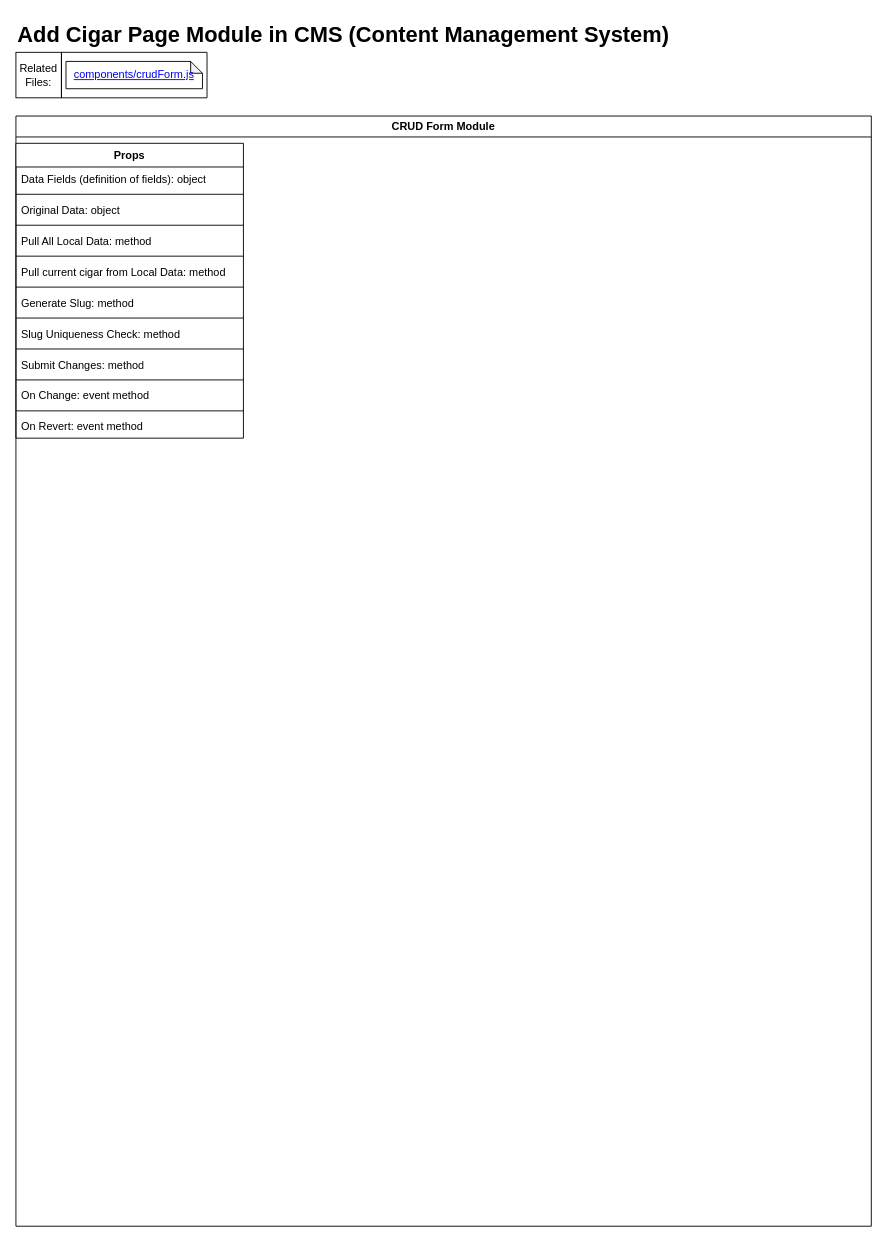
Above: CRUD_Form.drawio in macglencoe/diagrams (draw.io), before the change. Source tidied: cells renumbered, new cells numbered last; positions are measured from the earlier drawing's top-left corner, leaving out a move shared by most shapes. Both pictures are drawn from the tidied source at 91%, with x=0, y=0 at pixel (15, 15).
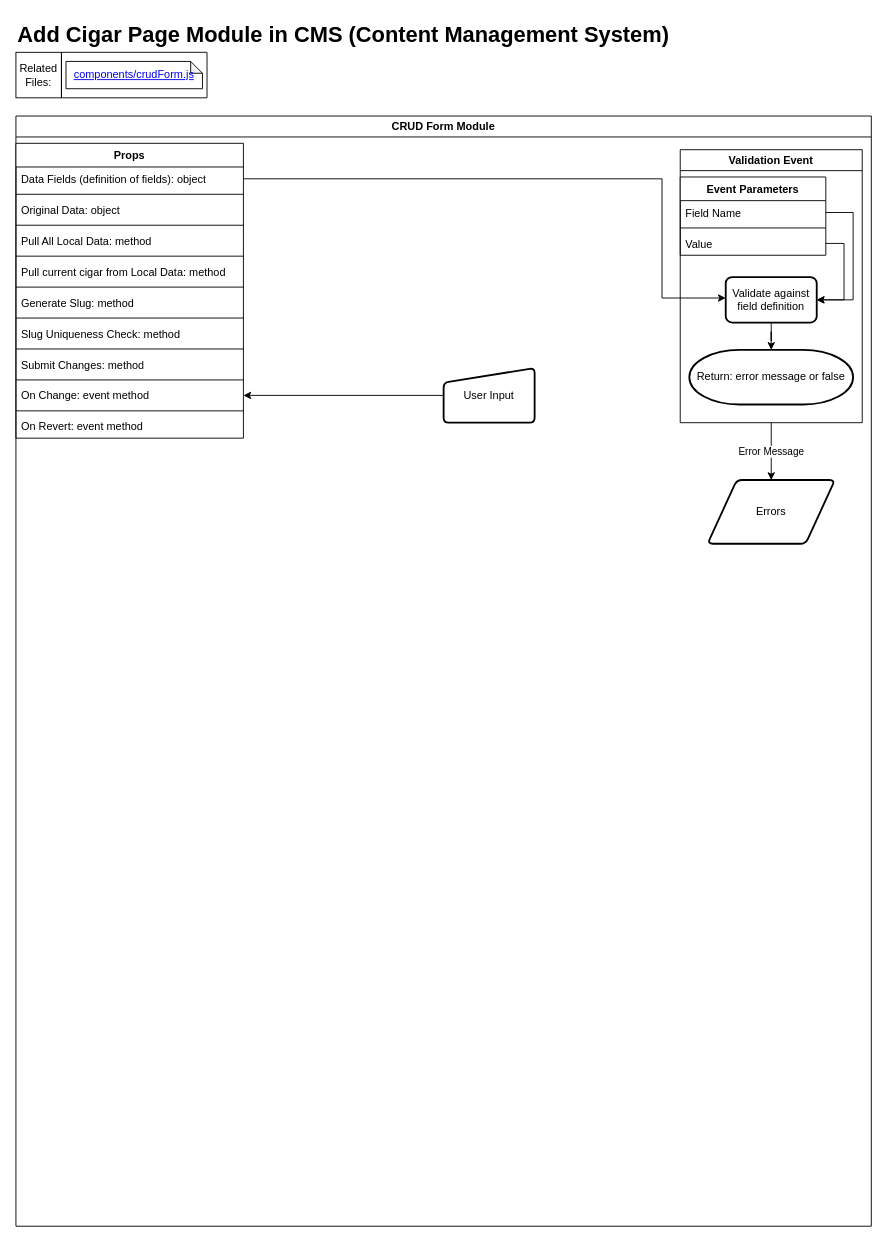
The same page after the edit.

Unchanged cells that the change refers to:
```xml
<mxCell id="6" value="CRUD Form Module" style="swimlane;whiteSpace=wrap;html=1;" parent="1" vertex="1">
  <mxGeometry y="110" width="940" height="1220" as="geometry" />
</mxCell>
<mxCell id="8" value="Data Fields (definition of fields): object" style="text;strokeColor=none;fillColor=none;align=left;verticalAlign=top;spacingLeft=4;spacingRight=4;overflow=hidden;points=[[0,0.5],[1,0.5]];portConstraint=eastwest;whiteSpace=wrap;html=1;" parent="7" vertex="1">
  <mxGeometry y="26" width="250" height="26" as="geometry" />
</mxCell>
<mxCell id="22" value="On Change: event method" style="text;strokeColor=none;fillColor=none;align=left;verticalAlign=top;spacingLeft=4;spacingRight=4;overflow=hidden;points=[[0,0.5],[1,0.5]];portConstraint=eastwest;whiteSpace=wrap;html=1;" parent="7" vertex="1">
  <mxGeometry y="264" width="250" height="26" as="geometry" />
</mxCell>
```

The edit, as a diff of the source:
```diff
@@
+    <mxCell id="25" style="edgeStyle=orthogonalEdgeStyle;rounded=0;jettySize=auto;html=1;entryX=1;entryY=0.5;entryDx=0;entryDy=0;" parent="6" edge="1" source="26" target="22">
+      <mxGeometry relative="1" as="geometry" />
+    </mxCell>
+    <mxCell id="26" value="User Input" style="html=1;strokeWidth=2;shape=manualInput;whiteSpace=wrap;rounded=1;size=16;arcSize=11;" parent="6" vertex="1">
+      <mxGeometry x="470" y="277" width="100" height="60" as="geometry" />
+    </mxCell>
+    <mxCell id="27" value="Error Message" style="edgeStyle=orthogonalEdgeStyle;rounded=0;jettySize=auto;html=1;entryX=0.5;entryY=0;entryDx=0;entryDy=0;" parent="6" edge="1" source="28" target="38">
+      <mxGeometry relative="1" as="geometry" />
+    </mxCell>
+    <mxCell id="28" value="Validation Event" style="swimlane;whiteSpace=wrap;html=1;" parent="6" vertex="1">
+      <mxGeometry x="730" y="37" width="200" height="300" as="geometry" />
+    </mxCell>
+    <mxCell id="29" value="Event Parameters" style="swimlane;fontStyle=1;align=center;verticalAlign=top;horizontal=1;startSize=26;whiteSpace=wrap;html=1;" parent="28" vertex="1">
+      <mxGeometry y="30" width="160" height="86" as="geometry" />
+    </mxCell>
+    <mxCell id="30" value="Field Name" style="text;strokeColor=none;fillColor=none;align=left;verticalAlign=top;spacingLeft=4;spacingRight=4;overflow=hidden;points=[[0,0.5],[1,0.5]];portConstraint=eastwest;whiteSpace=wrap;html=1;" parent="29" vertex="1">
+      <mxGeometry y="26" width="160" height="26" as="geometry" />
+    </mxCell>
+    <mxCell id="31" style="line;strokeWidth=1;fillColor=none;align=left;verticalAlign=middle;spacingTop=-1;spacingLeft=3;spacingRight=3;labelPosition=right;strokeColor=inherit;" parent="29" vertex="1">
+      <mxGeometry y="52" width="160" height="8" as="geometry" />
+    </mxCell>
+    <mxCell id="32" value="Value" style="text;strokeColor=none;fillColor=none;align=left;verticalAlign=top;spacingLeft=4;spacingRight=4;overflow=hidden;points=[[0,0.5],[1,0.5]];portConstraint=eastwest;whiteSpace=wrap;html=1;" parent="29" vertex="1">
+      <mxGeometry y="60" width="160" height="26" as="geometry" />
+    </mxCell>
+    <mxCell id="33" value="Validate against field definition" style="rounded=1;whiteSpace=wrap;html=1;absoluteArcSize=1;arcSize=14;strokeWidth=2;" parent="28" vertex="1">
+      <mxGeometry x="50" y="140" width="100" height="50" as="geometry" />
+    </mxCell>
+    <mxCell id="34" style="edgeStyle=orthogonalEdgeStyle;rounded=0;jettySize=auto;html=1;entryX=1;entryY=0.5;entryDx=0;entryDy=0;exitX=1;exitY=0.5;exitDx=0;exitDy=0;" parent="28" edge="1" source="30" target="33">
+      <mxGeometry relative="1" as="geometry">
+        <Array as="points">
+          <mxPoint x="190" y="69" />
+          <mxPoint x="190" y="165" />
+        </Array>
+      </mxGeometry>
+    </mxCell>
+    <mxCell id="35" style="edgeStyle=orthogonalEdgeStyle;rounded=0;jettySize=auto;html=1;entryX=1;entryY=0.5;entryDx=0;entryDy=0;exitX=1;exitY=0.5;exitDx=0;exitDy=0;" parent="28" edge="1" source="32" target="33">
+      <mxGeometry relative="1" as="geometry" />
+    </mxCell>
+    <mxCell id="36" value="Return: error message or false" style="strokeWidth=2;html=1;shape=mxgraph.flowchart.terminator;whiteSpace=wrap;" parent="28" vertex="1">
+      <mxGeometry x="10" y="220" width="180" height="60" as="geometry" />
+    </mxCell>
+    <mxCell id="37" style="edgeStyle=orthogonalEdgeStyle;rounded=0;jettySize=auto;html=1;entryX=0.5;entryY=0;entryDx=0;entryDy=0;entryPerimeter=0;" parent="28" edge="1" source="33" target="36">
+      <mxGeometry relative="1" as="geometry" />
+    </mxCell>
+    <mxCell id="38" value="Errors" style="shape=parallelogram;html=1;strokeWidth=2;perimeter=parallelogramPerimeter;whiteSpace=wrap;rounded=1;arcSize=12;size=0.23;" parent="6" vertex="1">
+      <mxGeometry x="760" y="400" width="140" height="70" as="geometry" />
+    </mxCell>
+    <mxCell id="39" style="edgeStyle=orthogonalEdgeStyle;rounded=0;jettySize=auto;html=1;" parent="6" edge="1" source="8" target="33">
+      <mxGeometry relative="1" as="geometry">
+        <Array as="points">
+          <mxPoint x="710" y="69" />
+          <mxPoint x="710" y="200" />
+        </Array>
+      </mxGeometry>
+    </mxCell>
```
